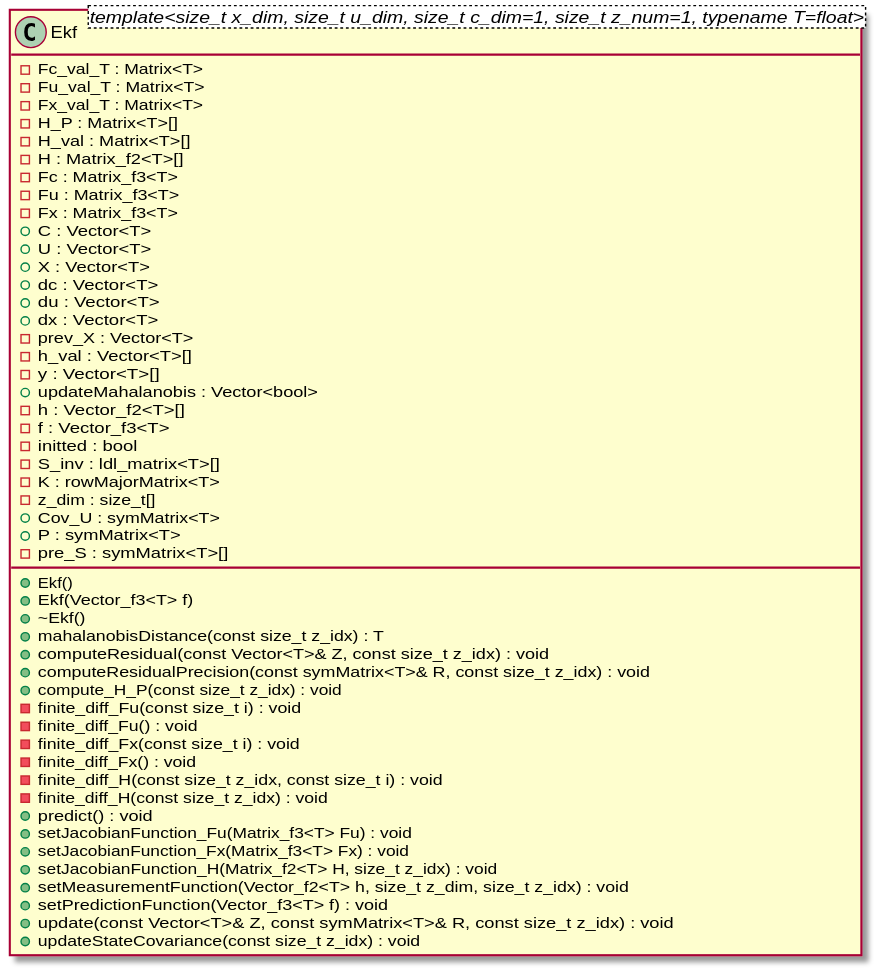
Above: docs/architecture/classDiagram.svg in robinAZERTY/bayesian_filter (PlantUML), before the change.
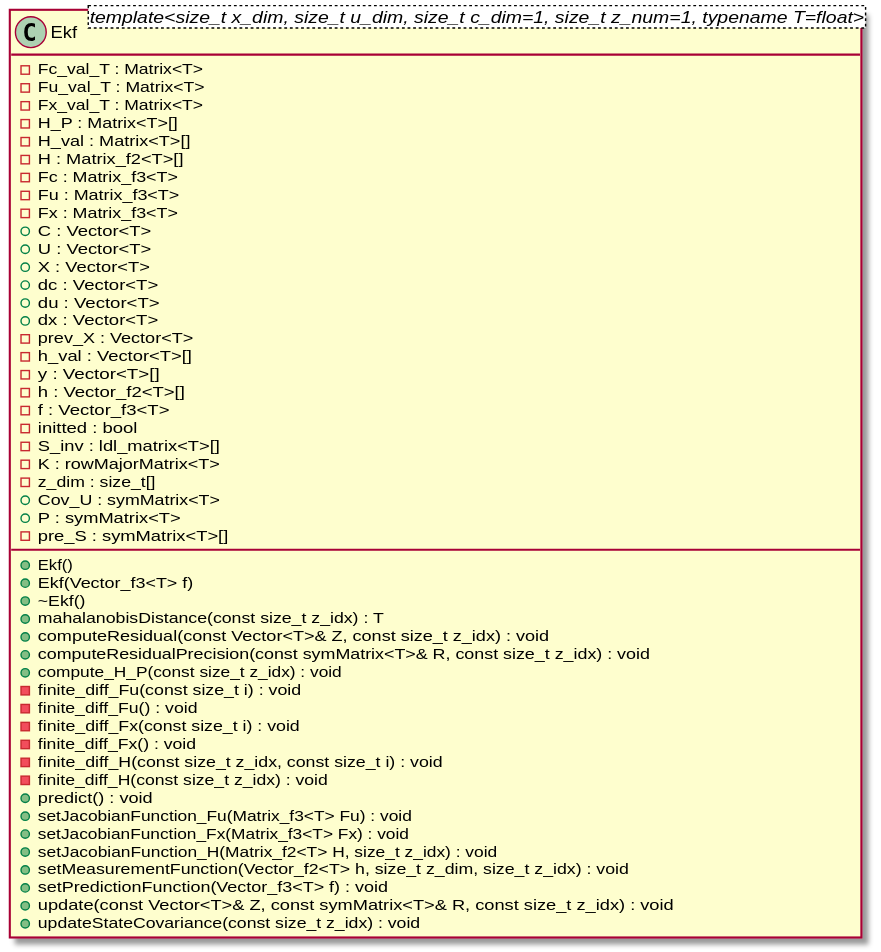
Above is the later version.

Commit message:
Updated UML diagram

Change to the diagram source:
```diff
@@ -28,7 +28,6 @@
 	-prev_X : Vector<T>
 	-h_val : Vector<T>[]
 	-y : Vector<T>[]
-	+updateMahalanobis : Vector<bool>
 	-h : Vector_f2<T>[]
 	-f : Vector_f3<T>
 	-initted : bool
```
